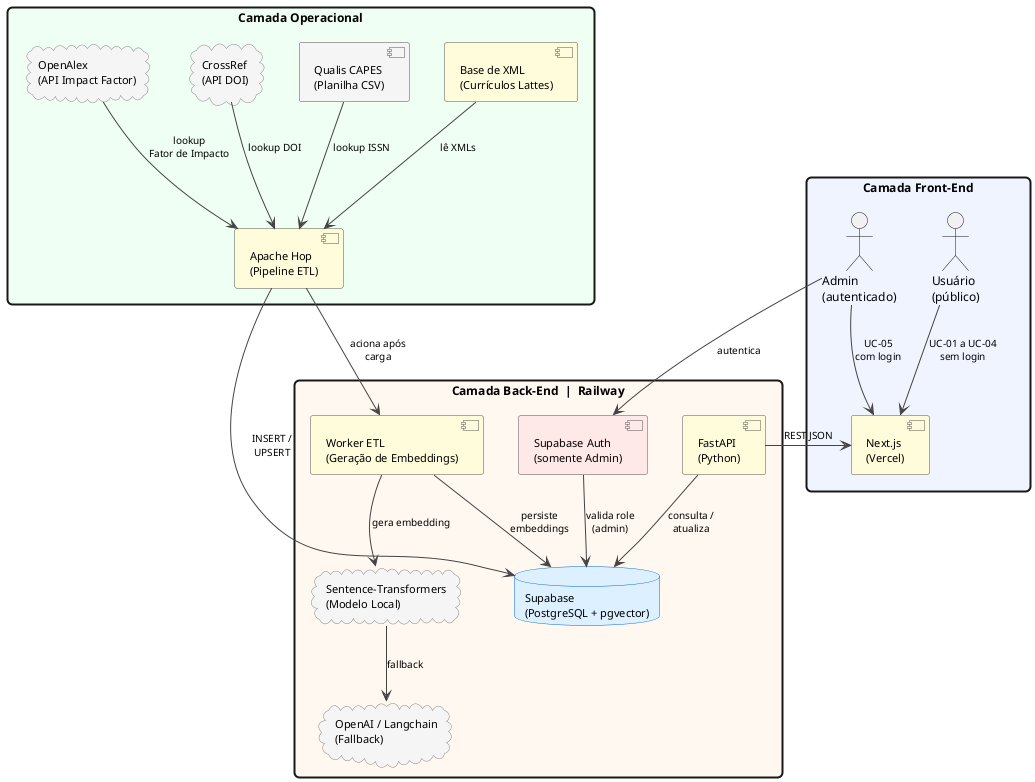
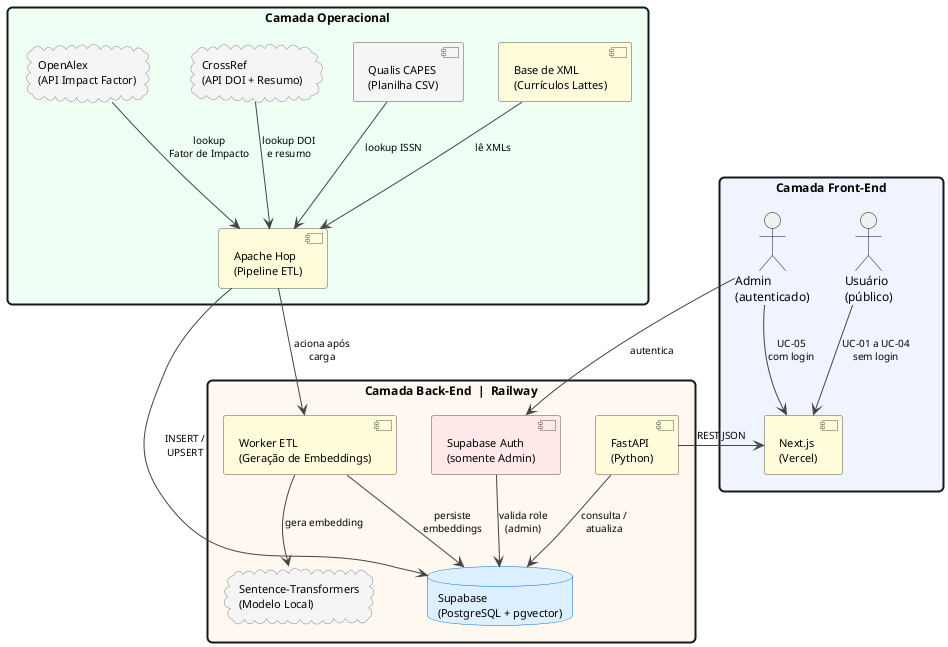
- @startuml SPK-73_Arquitetura_v3
+ @startuml SPK-73_Arquitetura_v4

skinparam backgroundColor #FFFFFF
skinparam defaultFontName Arial
skinparam defaultFontSize 12

skinparam rectangle {
  RoundCorner 10
  BorderThickness 2
}

skinparam component {
  BackgroundColor #FFFCDC
  BorderColor #555555
  FontSize 11
}

skinparam database {
  BackgroundColor #DCF0FF
  BorderColor #0066CC
  FontSize 11
}

skinparam cloud {
  BackgroundColor #F5F5F5
  BorderColor #888888
  FontSize 11
}

skinparam arrow {
  Color #444444
  FontSize 10
}

' ════════════════════════════════════════════════════════
' CAMADA OPERACIONAL
' ════════════════════════════════════════════════════════
rectangle "Camada Operacional" #F0FFF4 {

  component "Base de XML\n(Currículos Lattes)" as XML #FFFCDC
  component "Apache Hop\n(Pipeline ETL)"       as HOP #FFFCDC

  component "Qualis CAPES\n(Planilha CSV)" as QUALIS #F5F5F5
-   cloud "CrossRef\n(API DOI)"              as CROSSREF
+   cloud "CrossRef\n(API DOI + Resumo)"     as CROSSREF
  cloud "OpenAlex\n(API Impact Factor)"    as OPENALEX

-   XML     --> HOP : lê XMLs
-   QUALIS  --> HOP : lookup ISSN
-   CROSSREF --> HOP : lookup DOI
+   XML      --> HOP : lê XMLs
+   QUALIS   --> HOP : lookup ISSN
+   CROSSREF --> HOP : lookup DOI\ne resumo
  OPENALEX --> HOP : lookup\nFator de Impacto
}

' ════════════════════════════════════════════════════════
' CAMADA BACK-END
' ════════════════════════════════════════════════════════
rectangle "Camada Back-End  |  Railway" #FFF8F0 {

  database "Supabase\n(PostgreSQL + pgvector)" as DB

  component "FastAPI\n(Python)"                  as API    #FFFCDC
  component "Worker ETL\n(Geração de Embeddings)" as WORKER #FFFCDC
  component "Supabase Auth\n(somente Admin)"      as SBAUTH #FFE8E8

  cloud "Sentence-Transformers\n(Modelo Local)" as ST
-   cloud "OpenAI / Langchain\n(Fallback)"         as OPENAI

  API    --> DB     : consulta /\natualiza
  WORKER --> DB     : persiste\nembeddings
  WORKER --> ST     : gera embedding
-   ST     --> OPENAI : fallback
  SBAUTH --> DB     : valida role\n(admin)
}

' ════════════════════════════════════════════════════════
' CAMADA FRONT-END
' ════════════════════════════════════════════════════════
rectangle "Camada Front-End" #F0F4FF {

  component "Next.js\n(Vercel)" as NEXT #FFFCDC

  actor "Usuário\n(público)"   as USR
  actor "Admin\n(autenticado)" as ADM

  USR --> NEXT : UC-01 a UC-04\nsem login
  ADM --> NEXT : UC-05\ncom login
}

' ════════════════════════════════════════════════════════
' CONEXÕES ENTRE CAMADAS
' ════════════════════════════════════════════════════════
HOP --> DB     : INSERT /\nUPSERT
HOP --> WORKER : aciona após\ncarga

API --> NEXT   : REST JSON

ADM --> SBAUTH : autentica

@enduml
